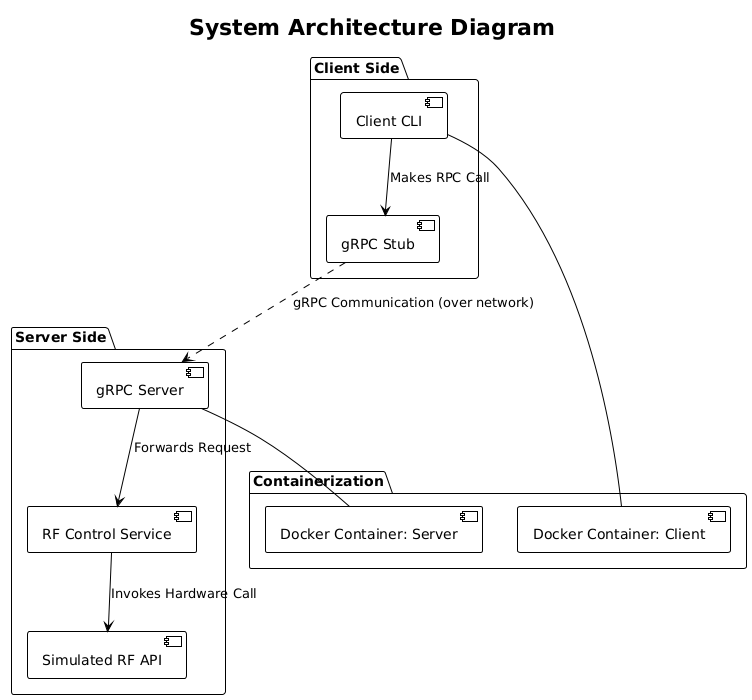
Earlier version of the PlantUML export system_architecture.png (lonnewolf120/RF_gRPC_assgn).
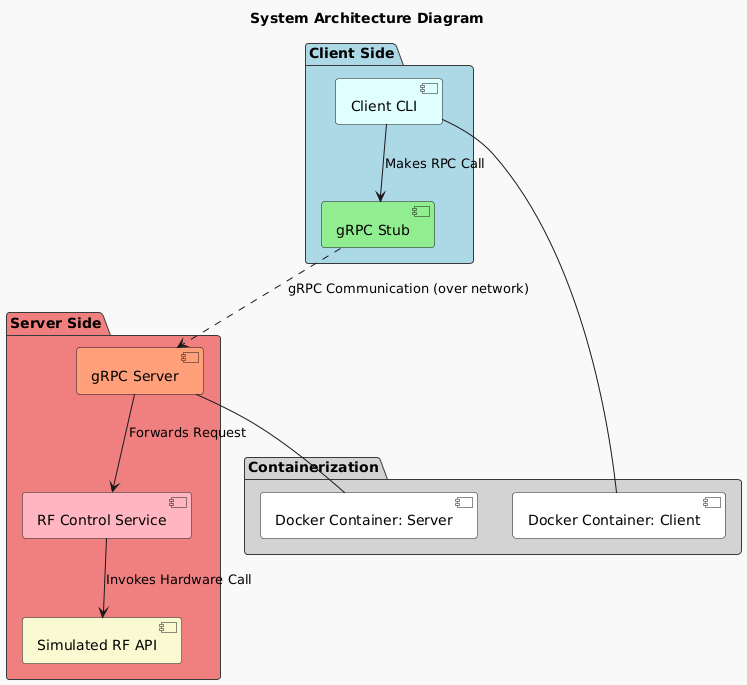
The same diagram one commit later.

What changed in the source:
```diff
@@ -1,26 +1,26 @@
 @startuml
-!theme plain
+!theme mars
 title System Architecture Diagram
 
-package "Client Side" {
-  [Client CLI]
-  [gRPC Stub]
+package "Client Side" #LightBlue {
+  [Client CLI] #LightCyan
+  [gRPC Stub] #LightGreen
 
   [Client CLI] --> [gRPC Stub] : Makes RPC Call
 }
 
-package "Server Side" {
-  [gRPC Server]
-  [RF Control Service]
-  [Simulated RF API]
+package "Server Side" #LightCoral {
+  [gRPC Server] #LightSalmon
+  [RF Control Service] #LightPink
+  [Simulated RF API] #LightGoldenRodYellow
 
   [gRPC Server] --> [RF Control Service] : Forwards Request
   [RF Control Service] --> [Simulated RF API] : Invokes Hardware Call
 }
 
-package "Containerization" {
-    [Docker Container: Client]
-    [Docker Container: Server]
+package "Containerization" #LightGray {
+    [Docker Container: Client] #White
+    [Docker Container: Server] #White
 
     [Client CLI] -- [Docker Container: Client]
     [gRPC Server] -- [Docker Container: Server]
```
